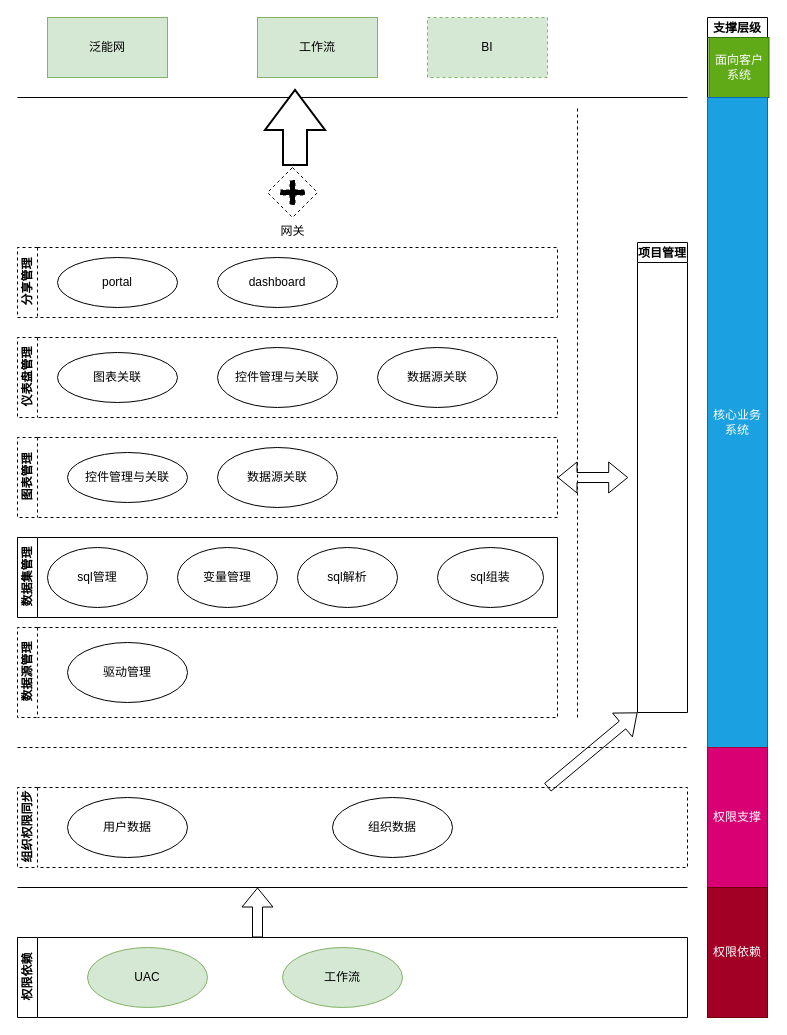
The draw.io diagram 未命名绘图.drawio in Dylandelon/draw, before the edit. Source tidied: cells renumbered, new cells numbered last; positions are measured from the earlier drawing's top-left corner, leaving out a move shared by most shapes. Both pictures are drawn from the tidied source at 100%, with x=0, y=0 at pixel (17, 17).
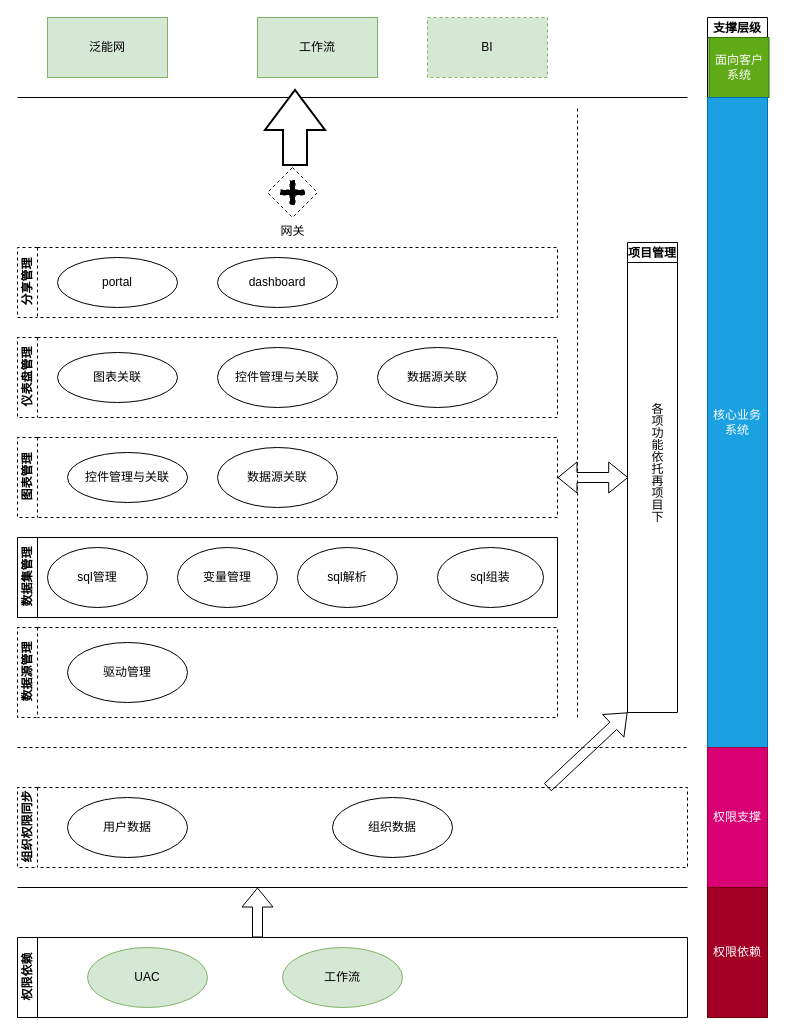
The same diagram, later.

Commit message:
报表系统绘图.drawio

Change to the diagram source:
```diff
@@
     <mxCell id="25" value="项目管理" style="swimlane;startSize=20;" parent="1" vertex="1">
-      <mxGeometry x="620" y="225" width="50" height="470" as="geometry" />
+      <mxGeometry x="610" y="225" width="50" height="470" as="geometry" />
     </mxCell>
+    <mxCell id="43" value="&lt;p style=&quot;line-height: 100%&quot;&gt;各&lt;br&gt;项&lt;br&gt;功&lt;br&gt;能&lt;br&gt;依&lt;br&gt;托&lt;br&gt;再&lt;br&gt;项&lt;br&gt;目&lt;br&gt;下&lt;/p&gt;" style="text;html=1;align=center;verticalAlign=middle;" parent="25" vertex="1">
+      <mxGeometry x="15" y="145" width="30" height="150" as="geometry" />
+    </mxCell>
```
